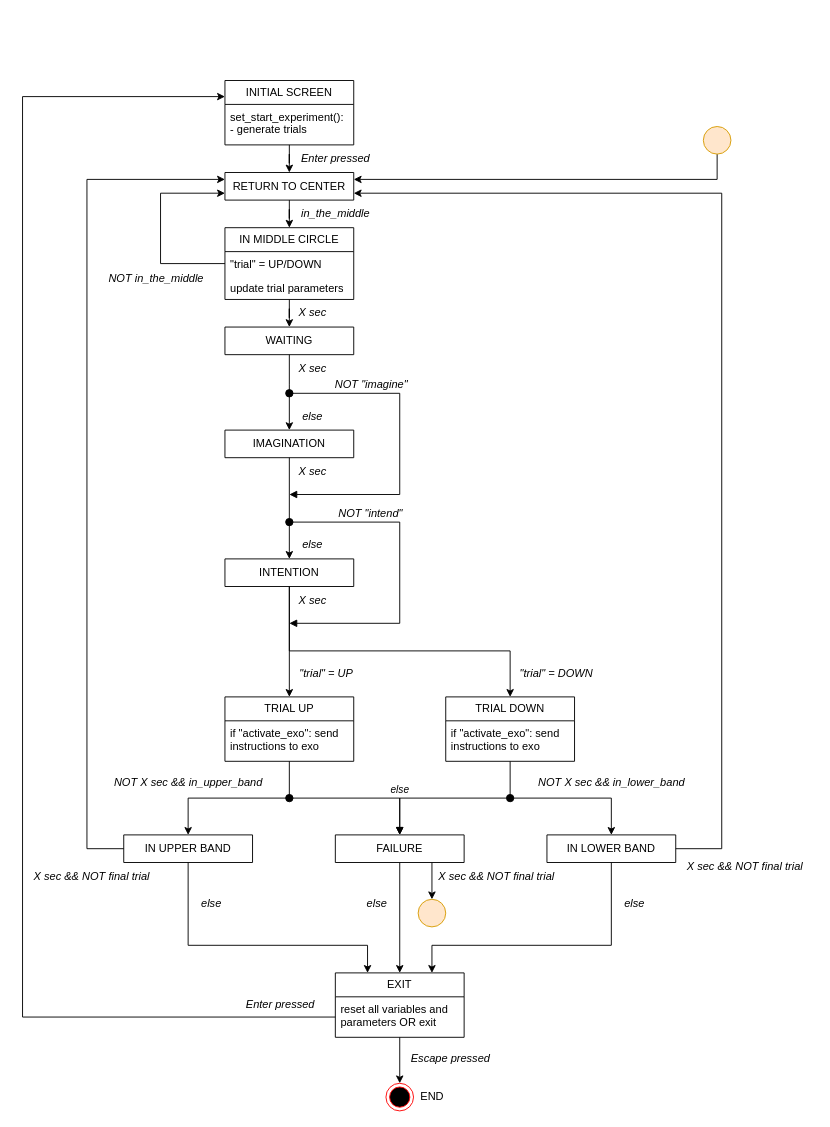
This is state_machine_diagram.drawio from JakaHatlakLJ/eduexo_PC, a draw.io file, before an edit. Source tidied: cells renumbered, new cells numbered last; positions are measured from the earlier drawing's top-left corner, leaving out a move shared by most shapes. Both pictures are drawn from the tidied source at 92%, with x=0, y=0 at pixel (22, 80).
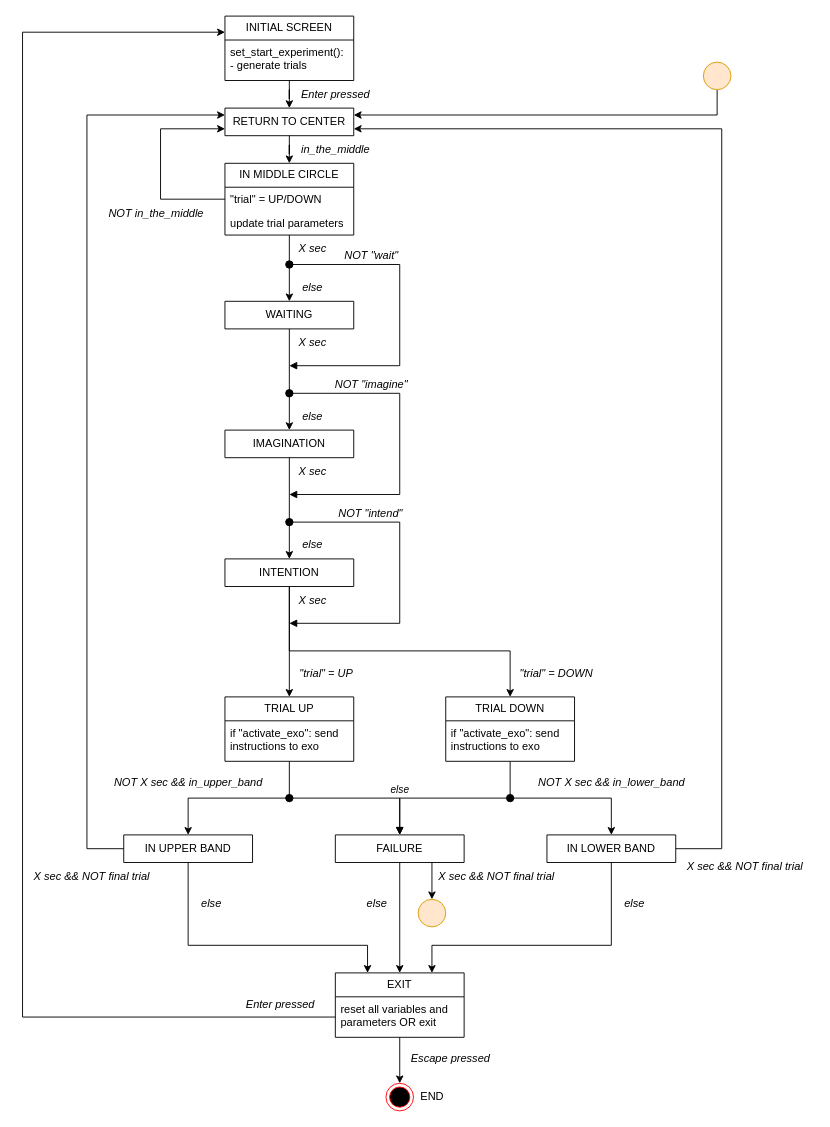
The same page after the edit.

Unchanged cells that the change refers to:
```xml
<mxCell id="14" value="&quot;trial&quot; = UP/DOWN" style="text;strokeColor=none;fillColor=none;align=left;verticalAlign=top;spacingLeft=4;spacingRight=4;overflow=hidden;points=[[0,0.5],[1,0.5]];portConstraint=eastwest;whiteSpace=wrap;html=1;" parent="13" vertex="1">
  <mxGeometry y="26" width="140" height="26" as="geometry" />
</mxCell>
<mxCell id="38" value="IN UPPER BAND" style="swimlane;fontStyle=0;horizontal=1;startSize=70;fillColor=none;whiteSpace=wrap;html=1;" parent="1" vertex="1">
  <mxGeometry x="110" y="820" width="140" height="30" as="geometry" />
</mxCell>
<mxCell id="41" value="IN LOWER BAND" style="swimlane;fontStyle=0;horizontal=1;startSize=70;fillColor=none;whiteSpace=wrap;html=1;" parent="1" vertex="1">
  <mxGeometry x="570" y="820" width="140" height="30" as="geometry" />
</mxCell>
<mxCell id="56" value="reset all variables and parameters OR exit" style="text;strokeColor=none;fillColor=none;align=left;verticalAlign=top;spacingLeft=4;spacingRight=4;overflow=hidden;points=[[0,0.5],[1,0.5]];portConstraint=eastwest;whiteSpace=wrap;html=1;" parent="55" vertex="1">
  <mxGeometry y="26" width="140" height="44" as="geometry" />
</mxCell>
```

What changed in the source:
```diff
@@
     <mxCell id="3" value="INITIAL SCREEN" style="swimlane;fontStyle=0;horizontal=1;startSize=26;fillColor=none;whiteSpace=wrap;html=1;" parent="1" vertex="1">
-      <mxGeometry x="220" width="140" height="70" as="geometry" />
+      <mxGeometry x="220" y="-70" width="140" height="70" as="geometry" />
     </mxCell>
@@
     <mxCell id="6" value="RETURN TO CENTER" style="swimlane;fontStyle=0;horizontal=1;startSize=70;fillColor=none;whiteSpace=wrap;html=1;" parent="1" vertex="1">
-      <mxGeometry x="220" y="100" width="140" height="30" as="geometry" />
+      <mxGeometry x="220" y="30" width="140" height="30" as="geometry" />
     </mxCell>
     <mxCell id="7" value="&lt;i&gt;Enter pressed&lt;/i&gt;" style="text;html=1;align=center;verticalAlign=middle;strokeColor=none;fillColor=none;" parent="1" vertex="1">
-      <mxGeometry x="290" y="70" width="100" height="30" as="geometry" />
+      <mxGeometry x="290" width="100" height="30" as="geometry" />
     </mxCell>
     <mxCell id="8" value="&lt;i&gt;in_the_middle&lt;/i&gt;" style="text;html=1;align=center;verticalAlign=middle;strokeColor=none;fillColor=none;" parent="1" vertex="1">
-      <mxGeometry x="290" y="130" width="100" height="30" as="geometry" />
+      <mxGeometry x="290" y="60" width="100" height="30" as="geometry" />
     </mxCell>
@@
     <mxCell id="10" value="WAITING" style="swimlane;fontStyle=0;horizontal=1;startSize=70;fillColor=none;whiteSpace=wrap;html=1;" parent="1" vertex="1">
-      <mxGeometry x="220" y="268" width="140" height="30" as="geometry" />
+      <mxGeometry x="220" y="240" width="140" height="30" as="geometry" />
     </mxCell>
     <mxCell id="11" value="&lt;i&gt;X sec&lt;/i&gt;" style="text;html=1;align=center;verticalAlign=middle;strokeColor=none;fillColor=none;" parent="1" vertex="1">
-      <mxGeometry x="290" y="238" width="50" height="30" as="geometry" />
+      <mxGeometry x="290" y="168" width="50" height="30" as="geometry" />
     </mxCell>
@@
     <mxCell id="13" value="IN MIDDLE CIRCLE" style="swimlane;fontStyle=0;horizontal=1;startSize=26;fillColor=none;whiteSpace=wrap;html=1;" parent="1" vertex="1">
-      <mxGeometry x="220" y="160" width="140" height="78" as="geometry" />
+      <mxGeometry x="220" y="90" width="140" height="78" as="geometry" />
     </mxCell>
@@
     <mxCell id="21" value="&lt;i&gt;X sec&lt;/i&gt;" style="text;html=1;align=center;verticalAlign=middle;strokeColor=none;fillColor=none;" parent="1" vertex="1">
-      <mxGeometry x="290" y="298" width="50" height="30" as="geometry" />
+      <mxGeometry x="290" y="270" width="50" height="30" as="geometry" />
     </mxCell>
@@
     <mxCell id="35" value="&lt;i&gt;NOT in_the_middle&lt;/i&gt;" style="text;html=1;align=center;verticalAlign=middle;strokeColor=none;fillColor=none;horizontal=1;" parent="1" vertex="1">
-      <mxGeometry x="80" y="200" width="130" height="30" as="geometry" />
+      <mxGeometry x="80" y="130" width="130" height="30" as="geometry" />
     </mxCell>
@@
     <mxCell id="37" style="edgeStyle=orthogonalEdgeStyle;rounded=0;jettySize=auto;html=1;exitX=0;exitY=0.5;exitDx=0;exitDy=0;entryX=0;entryY=0.25;entryDx=0;entryDy=0;" parent="1" edge="1" source="38" target="6">
       <mxGeometry relative="1" as="geometry">
         <Array as="points">
           <mxPoint x="70" y="835" />
-          <mxPoint x="70" y="108" />
+          <mxPoint x="70" y="38" />
         </Array>
       </mxGeometry>
     </mxCell>
@@
     <mxCell id="39" style="edgeStyle=orthogonalEdgeStyle;rounded=0;jettySize=auto;html=1;exitX=1;exitY=0.5;exitDx=0;exitDy=0;entryX=1;entryY=0.75;entryDx=0;entryDy=0;" parent="1" edge="1" source="41" target="6">
       <mxGeometry relative="1" as="geometry">
         <Array as="points">
           <mxPoint x="760" y="835" />
-          <mxPoint x="760" y="123" />
+          <mxPoint x="760" y="53" />
         </Array>
       </mxGeometry>
     </mxCell>
@@
     <mxCell id="50" style="edgeStyle=orthogonalEdgeStyle;rounded=0;jettySize=auto;html=1;exitX=0;exitY=0.5;exitDx=0;exitDy=0;entryX=0;entryY=0.75;entryDx=0;entryDy=0;" parent="1" edge="1" source="14" target="6">
       <mxGeometry relative="1" as="geometry">
         <Array as="points">
-          <mxPoint x="150" y="199" />
-          <mxPoint x="150" y="123" />
+          <mxPoint x="150" y="129" />
+          <mxPoint x="150" y="53" />
         </Array>
       </mxGeometry>
     </mxCell>
@@
     <mxCell id="58" style="ellipse;html=1;fillColor=#ffe6cc;strokeColor=#d79b00;" parent="1" vertex="1">
-      <mxGeometry x="740" y="50" width="30" height="30" as="geometry" />
+      <mxGeometry x="740" y="-20" width="30" height="30" as="geometry" />
     </mxCell>
@@
     <mxCell id="67" style="edgeStyle=orthogonalEdgeStyle;rounded=0;jettySize=auto;html=1;exitX=0;exitY=0.5;exitDx=0;exitDy=0;entryX=0;entryY=0.25;entryDx=0;entryDy=0;" parent="1" edge="1" source="56" target="3">
       <mxGeometry relative="1" as="geometry">
         <Array as="points">
           <mxPoint y="1018" />
-          <mxPoint y="18" />
+          <mxPoint y="-52" />
         </Array>
       </mxGeometry>
     </mxCell>
+    <mxCell id="68" value="&lt;i style=&quot;font-size: 12px;&quot;&gt;NOT &quot;wait&quot;&lt;/i&gt;" style="html=1;verticalAlign=bottom;startArrow=oval;startFill=1;endArrow=block;startSize=8;curved=0;rounded=0;" parent="1" edge="1">
+      <mxGeometry x="-0.49" relative="1" as="geometry">
+        <mxPoint x="290" y="200" as="sourcePoint" />
+        <mxPoint x="290" y="310" as="targetPoint" />
+        <Array as="points">
+          <mxPoint x="410" y="200" />
+          <mxPoint x="410" y="310" />
+        </Array>
+      </mxGeometry>
+    </mxCell>
+    <mxCell id="69" value="&lt;i&gt;else&lt;/i&gt;" style="text;html=1;align=center;verticalAlign=middle;strokeColor=none;fillColor=none;" parent="1" vertex="1">
+      <mxGeometry x="290" y="210" width="50" height="30" as="geometry" />
+    </mxCell>
```
